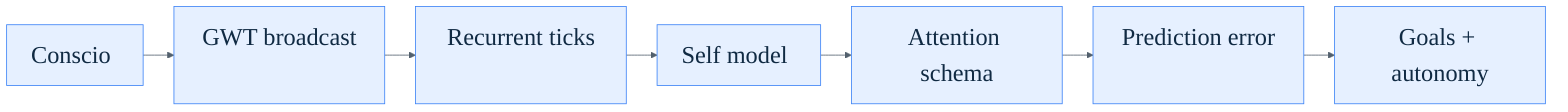
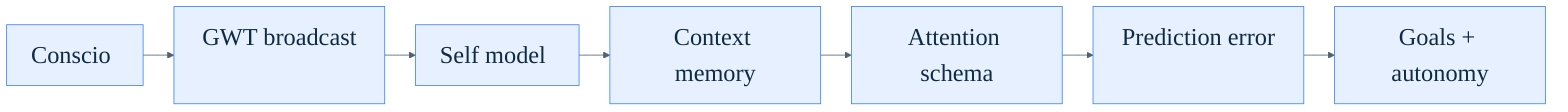
%%{init: {"theme": "base", "themeVariables": {"fontFamily": "Inter, Arial, sans-serif", "fontSize": "30px", "primaryColor": "#e6f0ff", "primaryBorderColor": "#3b82f6", "primaryTextColor": "#102a43", "lineColor": "#52606d"}, "flowchart": {"htmlLabels": false, "nodeSpacing": 24, "rankSpacing": 38, "curve": "basis"}}}%%
flowchart LR
    CONSCIO["Conscio"] --> GWT["GWT broadcast"]
-     GWT --> RPT["Recurrent ticks"]
-     RPT --> SELF["Self model"]
-     SELF --> AST["Attention schema"]
+     GWT --> SELF["Self model"]
+     SELF --> CONTEXT["Context memory"]
+     CONTEXT --> AST["Attention schema"]
    AST --> PP["Prediction error"]
    PP --> AGENT["Goals + autonomy"]
